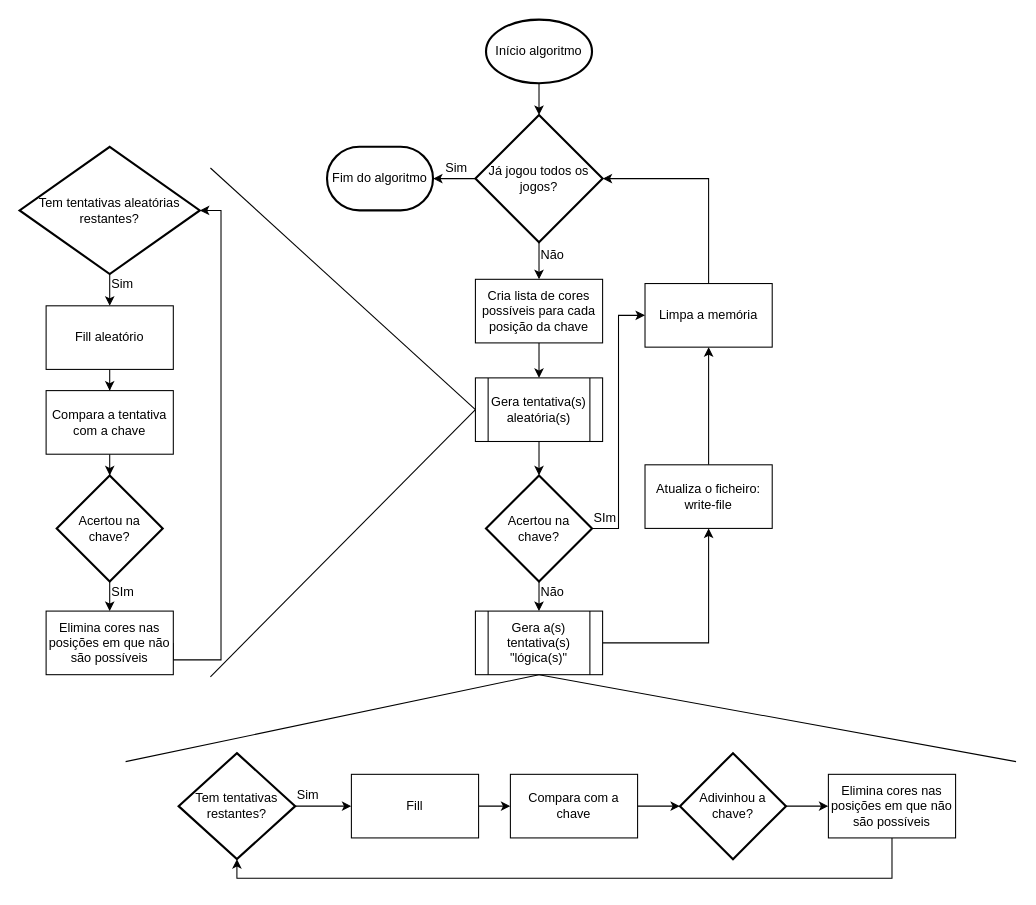
Earlier version of the draw.io diagram Projeto_Final/Relatorio/fluxogramas/game.drawio (kikofmas/Projeto-Prog). Source tidied: cells renumbered, new cells numbered last; positions are measured from the earlier drawing's top-left corner, leaving out a move shared by most shapes. Both pictures are drawn from the tidied source at 106%, with x=0, y=0 at pixel (19, 19).
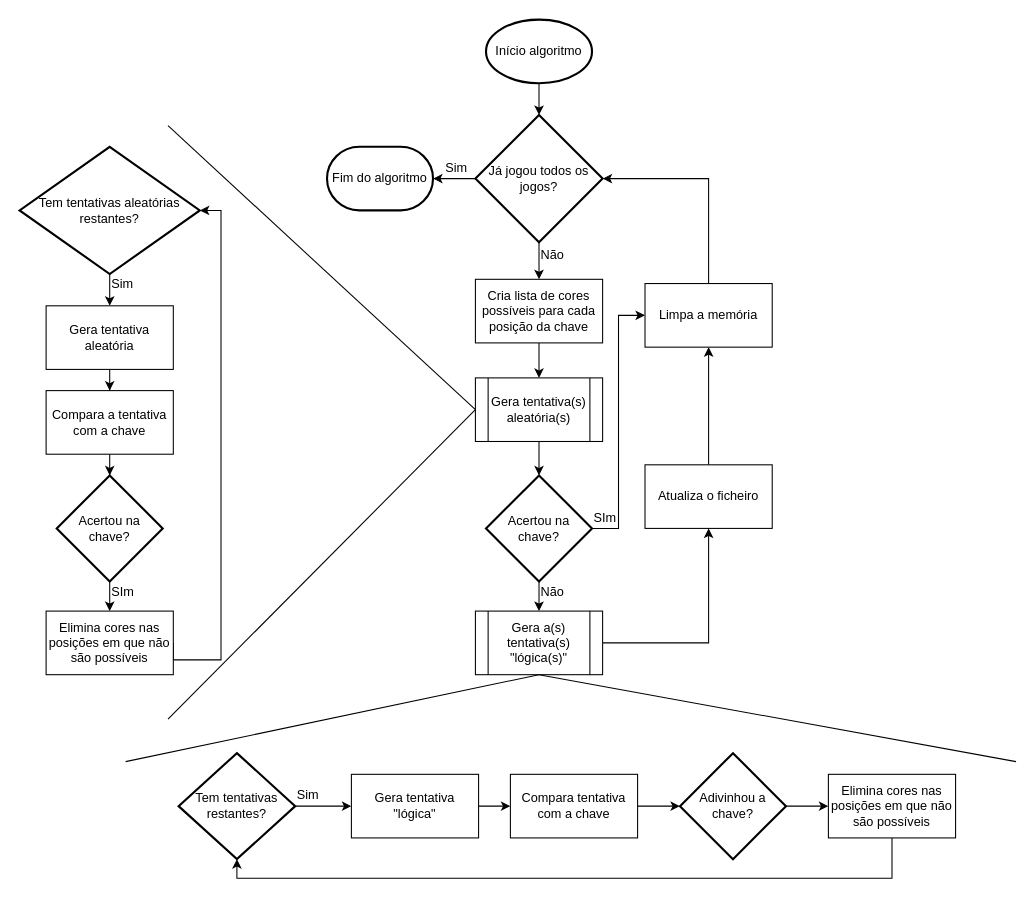
The same page after the edit.

The change refers to these unchanged cells:
```xml
<mxCell id="45" value="&lt;span&gt;Gera tentativa(s) aleatória(s)&lt;/span&gt;" style="shape=process;whiteSpace=wrap;html=1;backgroundOutline=1;" parent="1" vertex="1">
  <mxGeometry x="430" y="338" width="120" height="60" as="geometry" />
</mxCell>
```

The edit, as a diff of the source:
```diff
@@
-    <mxCell id="17" value="Atualiza o ficheiro: write-file" style="rounded=0;whiteSpace=wrap;html=1;" parent="1" vertex="1">
+    <mxCell id="17" value="Atualiza o ficheiro" style="rounded=0;whiteSpace=wrap;html=1;" parent="1" vertex="1">
       <mxGeometry x="590" y="420" width="120" height="60" as="geometry" />
     </mxCell>
@@
-    <mxCell id="21" value="Fill" style="rounded=0;whiteSpace=wrap;html=1;" parent="1" vertex="1">
+    <mxCell id="21" value="Gera tentativa &quot;lógica&quot;" style="rounded=0;whiteSpace=wrap;html=1;" parent="1" vertex="1">
       <mxGeometry x="313" y="712" width="120" height="60" as="geometry" />
     </mxCell>
@@
-    <mxCell id="25" value="Compara com a chave" style="rounded=0;whiteSpace=wrap;html=1;" parent="1" vertex="1">
+    <mxCell id="25" value="Compara tentativa com a chave" style="rounded=0;whiteSpace=wrap;html=1;" parent="1" vertex="1">
       <mxGeometry x="463" y="712" width="120" height="60" as="geometry" />
     </mxCell>
@@
-    <mxCell id="33" value="Fill aleatório" style="rounded=0;whiteSpace=wrap;html=1;" parent="1" vertex="1">
+    <mxCell id="33" value="Gera tentativa aleatória" style="rounded=0;whiteSpace=wrap;html=1;" parent="1" vertex="1">
       <mxGeometry x="25" y="270" width="120" height="60" as="geometry" />
     </mxCell>
@@
     <mxCell id="48" style="endArrow=none;html=1;entryX=0;entryY=0.5;entryDx=0;entryDy=0;" parent="1" edge="1" target="45">
       <mxGeometry relative="1" as="geometry">
-        <mxPoint x="180" y="620" as="sourcePoint" />
+        <mxPoint x="140" y="660" as="sourcePoint" />
       </mxGeometry>
     </mxCell>
     <mxCell id="49" style="endArrow=none;html=1;entryX=0;entryY=0.5;entryDx=0;entryDy=0;" parent="1" edge="1" target="45">
       <mxGeometry relative="1" as="geometry">
-        <mxPoint x="180" y="140" as="sourcePoint" />
+        <mxPoint x="140" y="100" as="sourcePoint" />
       </mxGeometry>
     </mxCell>
```
